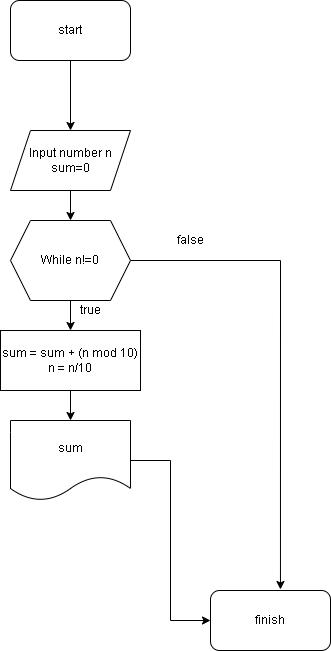
Earlier version of the draw.io export Task1.5/task1.5.png (ibrahimaliyevv2/HometasksFlowChartIfElse). Source tidied: cells renumbered, new cells last; positions are measured from the earlier drawing's top-left corner, leaving out a move shared by most shapes. The source it was exported from:
```xml
<mxGraphModel>
  <root>
    <mxCell id="0" />
    <mxCell id="1" parent="0" />
    <mxCell id="2" style="edgeStyle=orthogonalEdgeStyle;rounded=0;jettySize=auto;html=1;" parent="1" edge="1" source="3" target="6">
      <mxGeometry relative="1" as="geometry" />
    </mxCell>
    <mxCell id="3" value="start" style="rounded=1;whiteSpace=wrap;html=1;" parent="1" vertex="1">
      <mxGeometry x="10" width="120" height="60" as="geometry" />
    </mxCell>
    <mxCell id="4" value="finish" style="rounded=1;whiteSpace=wrap;html=1;" parent="1" vertex="1">
      <mxGeometry x="210" y="590" width="120" height="60" as="geometry" />
    </mxCell>
    <mxCell id="5" style="edgeStyle=orthogonalEdgeStyle;rounded=0;jettySize=auto;html=1;" parent="1" edge="1" source="6" target="9">
      <mxGeometry relative="1" as="geometry" />
    </mxCell>
    <mxCell id="6" value="Input number n&lt;br&gt;sum=0" style="shape=parallelogram;perimeter=parallelogramPerimeter;whiteSpace=wrap;html=1;fixedSize=1;" parent="1" vertex="1">
      <mxGeometry x="10" y="130" width="120" height="60" as="geometry" />
    </mxCell>
    <mxCell id="7" style="edgeStyle=orthogonalEdgeStyle;rounded=0;jettySize=auto;html=1;" parent="1" edge="1" source="9" target="11">
      <mxGeometry relative="1" as="geometry" />
    </mxCell>
    <mxCell id="8" style="edgeStyle=orthogonalEdgeStyle;rounded=0;jettySize=auto;html=1;entryX=0.583;entryY=-0.017;entryDx=0;entryDy=0;entryPerimeter=0;" parent="1" edge="1" source="9" target="4">
      <mxGeometry relative="1" as="geometry" />
    </mxCell>
    <mxCell id="9" value="While n!=0" style="shape=hexagon;perimeter=hexagonPerimeter2;whiteSpace=wrap;html=1;fixedSize=1;" parent="1" vertex="1">
      <mxGeometry x="10" y="220" width="120" height="80" as="geometry" />
    </mxCell>
    <mxCell id="10" style="edgeStyle=orthogonalEdgeStyle;rounded=0;jettySize=auto;html=1;" parent="1" edge="1" source="11" target="13">
      <mxGeometry relative="1" as="geometry" />
    </mxCell>
    <mxCell id="11" value="sum = sum + (n mod 10)&lt;br&gt;n = n/10" style="rounded=0;whiteSpace=wrap;html=1;" parent="1" vertex="1">
      <mxGeometry y="330" width="140" height="60" as="geometry" />
    </mxCell>
    <mxCell id="12" style="edgeStyle=orthogonalEdgeStyle;rounded=0;jettySize=auto;html=1;entryX=0;entryY=0.5;entryDx=0;entryDy=0;" parent="1" edge="1" source="13" target="4">
      <mxGeometry relative="1" as="geometry" />
    </mxCell>
    <mxCell id="13" value="sum" style="shape=document;whiteSpace=wrap;html=1;boundedLbl=1;" parent="1" vertex="1">
      <mxGeometry x="10" y="420" width="120" height="80" as="geometry" />
    </mxCell>
    <mxCell id="14" value="true" style="text;html=1;align=center;verticalAlign=middle;strokeColor=none;fillColor=none;" parent="1" vertex="1">
      <mxGeometry x="70" y="300" width="40" height="20" as="geometry" />
    </mxCell>
    <mxCell id="15" value="false" style="text;html=1;align=center;verticalAlign=middle;strokeColor=none;fillColor=none;" parent="1" vertex="1">
      <mxGeometry x="170" y="230" width="40" height="20" as="geometry" />
    </mxCell>
  </root>
</mxGraphModel>
```
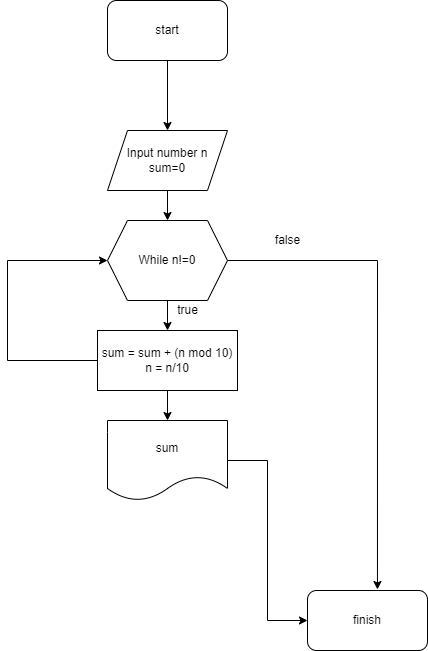
Above is the later version.

The edit, as a diff of the source:
```diff
@@ -29,6 +29,14 @@
     <mxCell id="10" style="edgeStyle=orthogonalEdgeStyle;rounded=0;jettySize=auto;html=1;" parent="1" edge="1" source="11" target="13">
       <mxGeometry relative="1" as="geometry" />
     </mxCell>
+    <mxCell id="16" style="edgeStyle=orthogonalEdgeStyle;rounded=0;jettySize=auto;html=1;entryX=0;entryY=0.5;entryDx=0;entryDy=0;" parent="1" edge="1" source="11" target="9">
+      <mxGeometry relative="1" as="geometry">
+        <Array as="points">
+          <mxPoint x="-90" y="360" />
+          <mxPoint x="-90" y="260" />
+        </Array>
+      </mxGeometry>
+    </mxCell>
     <mxCell id="11" value="sum = sum + (n mod 10)&lt;br&gt;n = n/10" style="rounded=0;whiteSpace=wrap;html=1;" parent="1" vertex="1">
       <mxGeometry y="330" width="140" height="60" as="geometry" />
     </mxCell>
```
